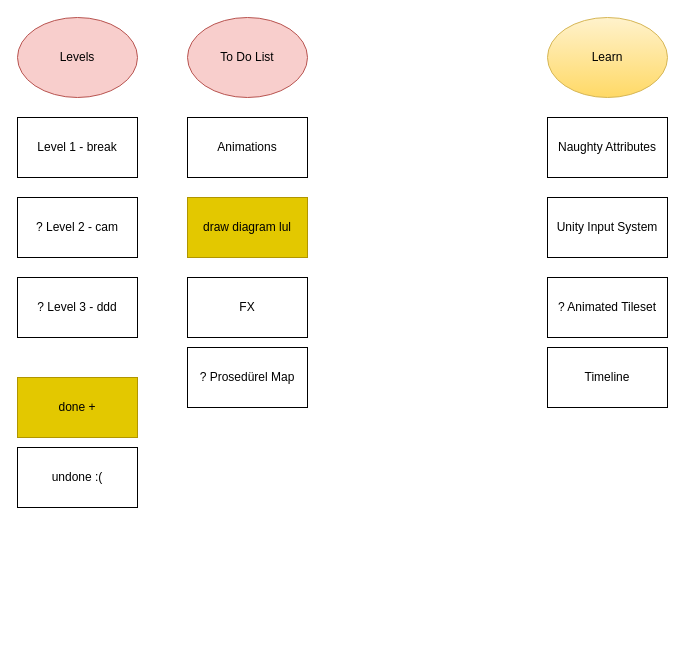
The draw.io diagram Assets/3rdParty/FlappyBird.drawio in Rollic-oFON-Game-Development-Bootcamp/flappy-bird-omerasikoglu, before the edit. Source tidied: cells renumbered, new cells numbered last; positions are measured from the earlier drawing's top-left corner, leaving out a move shared by most shapes. Both pictures are drawn from the tidied source at 100%, with x=0, y=0 at pixel (17, 17).
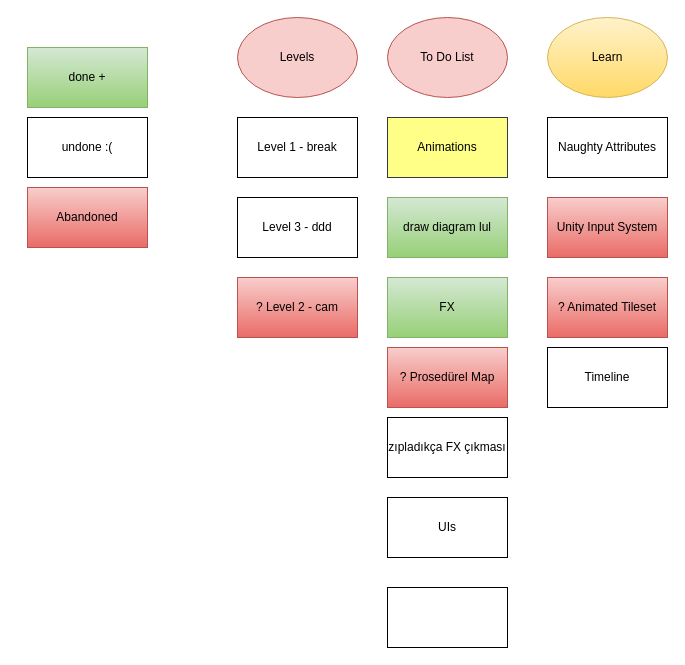
The same diagram, later.

The edit, as a diff of the source:
```diff
@@
     <mxCell id="2" value="Level 1 - break" style="rounded=0;whiteSpace=wrap;html=1;" parent="1" vertex="1">
-      <mxGeometry y="100" width="120" height="60" as="geometry" />
+      <mxGeometry x="220" y="100" width="120" height="60" as="geometry" />
     </mxCell>
-    <mxCell id="3" value="? Level 2 - cam" style="rounded=0;whiteSpace=wrap;html=1;" parent="1" vertex="1">
-      <mxGeometry y="180" width="120" height="60" as="geometry" />
+    <mxCell id="3" value="? Level 2 - cam" style="rounded=0;whiteSpace=wrap;html=1;fillColor=#f8cecc;gradientColor=#ea6b66;strokeColor=#b85450;" parent="1" vertex="1">
+      <mxGeometry x="220" y="260" width="120" height="60" as="geometry" />
     </mxCell>
-    <mxCell id="4" value="? Level 3 - ddd" style="rounded=0;whiteSpace=wrap;html=1;" parent="1" vertex="1">
-      <mxGeometry y="260" width="120" height="60" as="geometry" />
+    <mxCell id="4" value="Level 3 - ddd" style="rounded=0;whiteSpace=wrap;html=1;" parent="1" vertex="1">
+      <mxGeometry x="220" y="180" width="120" height="60" as="geometry" />
     </mxCell>
@@
-    <mxCell id="7" value="Unity Input System" style="rounded=0;whiteSpace=wrap;html=1;" parent="1" vertex="1">
+    <mxCell id="7" value="Unity Input System" style="rounded=0;whiteSpace=wrap;html=1;fillColor=#f8cecc;gradientColor=#ea6b66;strokeColor=#b85450;" parent="1" vertex="1">
       <mxGeometry x="530" y="180" width="120" height="60" as="geometry" />
     </mxCell>
     <mxCell id="8" value="To Do List" style="ellipse;whiteSpace=wrap;html=1;fillColor=#f8cecc;strokeColor=#b85450;" parent="1" vertex="1">
-      <mxGeometry x="170" width="120" height="80" as="geometry" />
+      <mxGeometry x="370" width="120" height="80" as="geometry" />
     </mxCell>
-    <mxCell id="9" value="? Animated Tileset" style="rounded=0;whiteSpace=wrap;html=1;" parent="1" vertex="1">
+    <mxCell id="9" value="? Animated Tileset" style="rounded=0;whiteSpace=wrap;html=1;fillColor=#f8cecc;gradientColor=#ea6b66;strokeColor=#b85450;" parent="1" vertex="1">
       <mxGeometry x="530" y="260" width="120" height="60" as="geometry" />
     </mxCell>
@@
-    <mxCell id="11" value="Animations" style="rounded=0;whiteSpace=wrap;html=1;" parent="1" vertex="1">
-      <mxGeometry x="170" y="100" width="120" height="60" as="geometry" />
+    <mxCell id="11" value="Animations" style="rounded=0;whiteSpace=wrap;html=1;fillColor=#ffff88;strokeColor=#36393d;" parent="1" vertex="1">
+      <mxGeometry x="370" y="100" width="120" height="60" as="geometry" />
     </mxCell>
-    <mxCell id="12" value="draw diagram lul" style="rounded=0;whiteSpace=wrap;html=1;fillColor=#e3c800;fontColor=#000000;strokeColor=#B09500;" parent="1" vertex="1">
-      <mxGeometry x="170" y="180" width="120" height="60" as="geometry" />
+    <mxCell id="12" value="draw diagram lul" style="rounded=0;whiteSpace=wrap;html=1;fillColor=#d5e8d4;strokeColor=#82b366;gradientColor=#97d077;" parent="1" vertex="1">
+      <mxGeometry x="370" y="180" width="120" height="60" as="geometry" />
     </mxCell>
-    <mxCell id="13" value="FX" style="rounded=0;whiteSpace=wrap;html=1;" parent="1" vertex="1">
-      <mxGeometry x="170" y="260" width="120" height="60" as="geometry" />
+    <mxCell id="13" value="FX" style="rounded=0;whiteSpace=wrap;html=1;fillColor=#d5e8d4;gradientColor=#97d077;strokeColor=#82b366;" parent="1" vertex="1">
+      <mxGeometry x="370" y="260" width="120" height="60" as="geometry" />
     </mxCell>
     <mxCell id="14" value="Levels" style="ellipse;whiteSpace=wrap;html=1;fillColor=#f8cecc;strokeColor=#b85450;" parent="1" vertex="1">
-      <mxGeometry width="120" height="80" as="geometry" />
+      <mxGeometry x="220" width="120" height="80" as="geometry" />
     </mxCell>
-    <mxCell id="15" value="done +" style="rounded=0;whiteSpace=wrap;html=1;fillColor=#e3c800;fontColor=#000000;strokeColor=#B09500;" parent="1" vertex="1">
-      <mxGeometry y="360" width="120" height="60" as="geometry" />
+    <mxCell id="15" value="done +" style="rounded=0;whiteSpace=wrap;html=1;fillColor=#d5e8d4;strokeColor=#82b366;gradientColor=#97d077;" parent="1" vertex="1">
+      <mxGeometry x="10" y="30" width="120" height="60" as="geometry" />
     </mxCell>
     <mxCell id="16" value="undone :(" style="rounded=0;whiteSpace=wrap;html=1;" parent="1" vertex="1">
-      <mxGeometry y="430" width="120" height="60" as="geometry" />
+      <mxGeometry x="10" y="100" width="120" height="60" as="geometry" />
     </mxCell>
-    <mxCell id="17" value="? Prosedürel Map" style="rounded=0;whiteSpace=wrap;html=1;" parent="1" vertex="1">
-      <mxGeometry x="170" y="330" width="120" height="60" as="geometry" />
+    <mxCell id="17" value="? Prosedürel Map" style="rounded=0;whiteSpace=wrap;html=1;fillColor=#f8cecc;gradientColor=#ea6b66;strokeColor=#b85450;" parent="1" vertex="1">
+      <mxGeometry x="370" y="330" width="120" height="60" as="geometry" />
     </mxCell>
+    <mxCell id="18" value="zıpladıkça FX çıkması" style="rounded=0;whiteSpace=wrap;html=1;" parent="1" vertex="1">
+      <mxGeometry x="370" y="400" width="120" height="60" as="geometry" />
+    </mxCell>
+    <mxCell id="19" value="UIs" style="rounded=0;whiteSpace=wrap;html=1;" parent="1" vertex="1">
+      <mxGeometry x="370" y="480" width="120" height="60" as="geometry" />
+    </mxCell>
+    <mxCell id="20" style="rounded=0;whiteSpace=wrap;html=1;" parent="1" vertex="1">
+      <mxGeometry x="370" y="570" width="120" height="60" as="geometry" />
+    </mxCell>
+    <mxCell id="21" value="Abandoned" style="rounded=0;whiteSpace=wrap;html=1;fillColor=#f8cecc;strokeColor=#b85450;gradientColor=#ea6b66;" parent="1" vertex="1">
+      <mxGeometry x="10" y="170" width="120" height="60" as="geometry" />
+    </mxCell>
```
